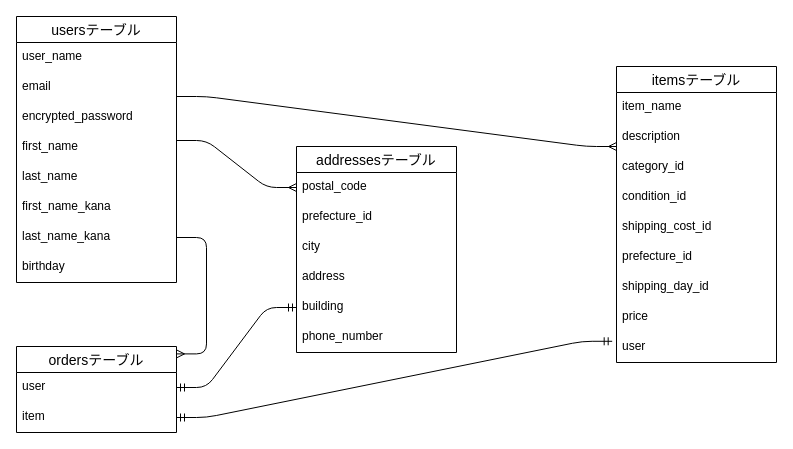
Above: ER.dio in jing929/furima-40599 (draw.io), before the change. Source tidied: cells renumbered, new cells numbered last; positions are measured from the earlier drawing's top-left corner, leaving out a move shared by most shapes. Both pictures are drawn from the tidied source at 100%, with x=0, y=0 at pixel (16, 16).
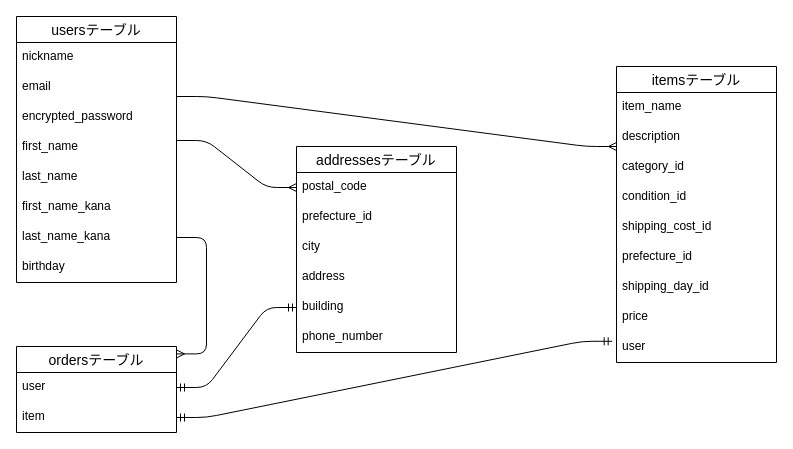
The same diagram, later.

The change refers to these unchanged cells:
```xml
<mxCell id="2" value="usersテーブル" style="swimlane;fontStyle=0;horizontal=1;startSize=26;align=center;fontSize=14;fillColor=default;" parent="1" vertex="1">
  <mxGeometry width="160" height="266" as="geometry" />
</mxCell>
```

The edit, as a diff of the source:
```diff
@@
-    <mxCell id="3" value="user_name" style="text;strokeColor=none;fillColor=none;spacingLeft=4;spacingRight=4;overflow=hidden;fontSize=12;labelBackgroundColor=none;" parent="2" vertex="1">
+    <mxCell id="3" value="nickname" style="text;strokeColor=none;fillColor=none;spacingLeft=4;spacingRight=4;overflow=hidden;fontSize=12;labelBackgroundColor=none;" parent="2" vertex="1">
       <mxGeometry y="26" width="160" height="30" as="geometry" />
     </mxCell>
```
